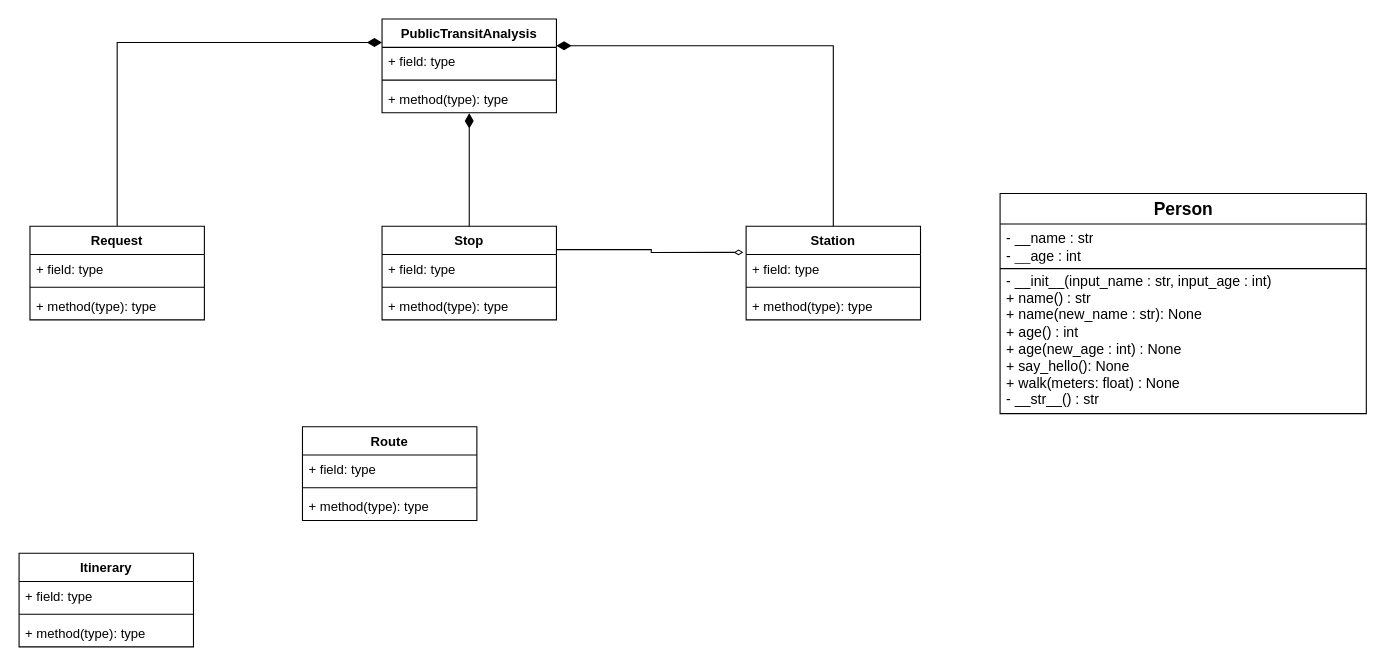
The draw.io diagram Person_UML.drawio in ThanDerJoren/Bachelor_UML, before the edit. Source tidied: cells renumbered, new cells numbered last; positions are measured from the earlier drawing's top-left corner, leaving out a move shared by most shapes. Both pictures are drawn from the tidied source at 109%, with x=0, y=0 at pixel (19, 19).
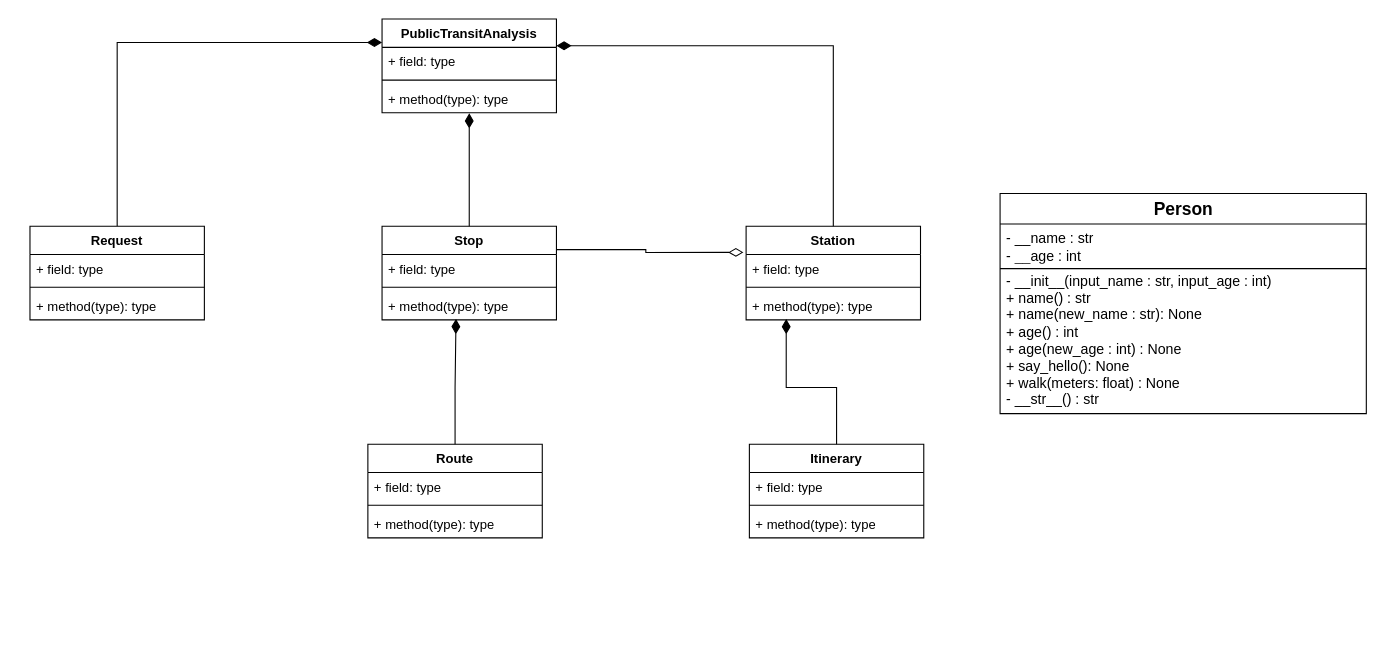
Above is the later version.

Unchanged cells that the change refers to:
```xml
<mxCell id="11" value="+ field: type" style="text;strokeColor=none;fillColor=none;align=left;verticalAlign=top;spacingLeft=4;spacingRight=4;overflow=hidden;points=[[0,0.5],[1,0.5]];portConstraint=eastwest;whiteSpace=wrap;html=1;" parent="10" vertex="1">
  <mxGeometry y="26" width="160" height="26" as="geometry" />
</mxCell>
<mxCell id="13" value="+ method(type): type" style="text;strokeColor=none;fillColor=none;align=left;verticalAlign=top;spacingLeft=4;spacingRight=4;overflow=hidden;points=[[0,0.5],[1,0.5]];portConstraint=eastwest;whiteSpace=wrap;html=1;" parent="10" vertex="1">
  <mxGeometry y="60" width="160" height="26" as="geometry" />
</mxCell>
<mxCell id="14" value="Stop" style="swimlane;fontStyle=1;align=center;verticalAlign=top;horizontal=1;startSize=26;whiteSpace=wrap;html=1;" parent="1" vertex="1">
  <mxGeometry x="333" y="190" width="160" height="86" as="geometry" />
</mxCell>
<mxCell id="17" value="+ method(type): type" style="text;strokeColor=none;fillColor=none;align=left;verticalAlign=top;spacingLeft=4;spacingRight=4;overflow=hidden;points=[[0,0.5],[1,0.5]];portConstraint=eastwest;whiteSpace=wrap;html=1;" parent="14" vertex="1">
  <mxGeometry y="60" width="160" height="26" as="geometry" />
</mxCell>
```

Diff of the diagram source:
```diff
@@
     <mxCell id="23" value="Itinerary" style="swimlane;fontStyle=1;align=center;verticalAlign=top;horizontal=1;startSize=26;whiteSpace=wrap;html=1;" parent="1" vertex="1">
-      <mxGeometry y="490" width="160" height="86" as="geometry" />
+      <mxGeometry x="670" y="390" width="160" height="86" as="geometry" />
     </mxCell>
@@
     <mxCell id="27" value="Route" style="swimlane;fontStyle=1;align=center;verticalAlign=top;horizontal=1;startSize=26;whiteSpace=wrap;html=1;" parent="1" vertex="1">
-      <mxGeometry x="260" y="374" width="160" height="86" as="geometry" />
+      <mxGeometry x="320" y="390" width="160" height="86" as="geometry" />
     </mxCell>
@@
-    <mxCell id="33" style="edgeStyle=orthogonalEdgeStyle;rounded=0;jettySize=auto;html=1;exitX=1;exitY=0.25;exitDx=0;exitDy=0;entryX=-0.015;entryY=-0.075;entryDx=0;entryDy=0;entryPerimeter=0;endArrow=diamondThin;endFill=0;" parent="1" edge="1" source="14" target="11">
+    <mxCell id="33" style="edgeStyle=orthogonalEdgeStyle;rounded=0;jettySize=auto;html=1;exitX=1;exitY=0.25;exitDx=0;exitDy=0;entryX=-0.015;entryY=-0.075;entryDx=0;entryDy=0;entryPerimeter=0;endArrow=diamondThin;endFill=0;endSize=11;" parent="1" edge="1" source="14" target="11">
       <mxGeometry relative="1" as="geometry" />
     </mxCell>
+    <mxCell id="34" style="edgeStyle=orthogonalEdgeStyle;rounded=0;jettySize=auto;html=1;exitX=0.5;exitY=0;exitDx=0;exitDy=0;entryX=0.23;entryY=0.969;entryDx=0;entryDy=0;entryPerimeter=0;endArrow=diamondThin;endFill=1;endSize=11;" parent="1" edge="1" source="23" target="13">
+      <mxGeometry relative="1" as="geometry" />
+    </mxCell>
+    <mxCell id="35" style="edgeStyle=orthogonalEdgeStyle;rounded=0;jettySize=auto;html=1;exitX=0.5;exitY=0;exitDx=0;exitDy=0;entryX=0.424;entryY=0.969;entryDx=0;entryDy=0;entryPerimeter=0;endArrow=diamondThin;endFill=1;endSize=11;" parent="1" edge="1" source="27" target="17">
+      <mxGeometry relative="1" as="geometry" />
+    </mxCell>
```
